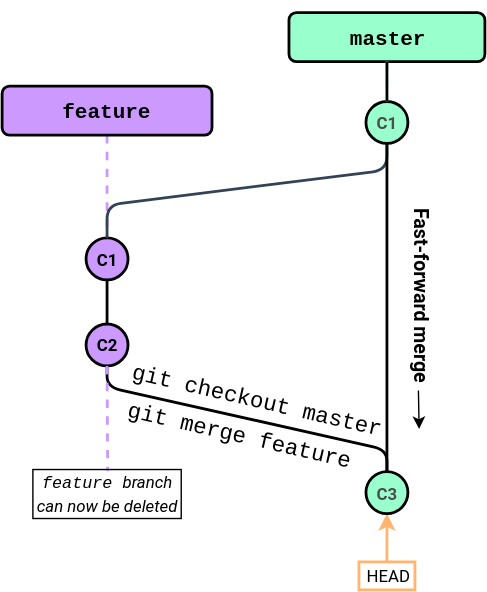
Above: Session 0 - Git/img/Branching_and_Merging/Merging_fastforward.svg in Python-Crash-Course/Python201 (draw.io), before the change. Source tidied: cells renumbered, new cells last; positions are measured from the earlier drawing's top-left corner, leaving out a move shared by most shapes. Its diagram source:
```xml
<mxGraphModel>
  <root>
    <mxCell id="0" />
    <mxCell id="1" parent="0" />
    <mxCell id="2" style="endArrow=none;dashed=1;html=1;strokeWidth=2;fillColor=#ffe6cc;strokeColor=#CC99FF;exitX=0.5;exitY=1;exitDx=0;exitDy=0;entryX=0.5;entryY=0;entryDx=0;entryDy=0;" parent="1" edge="1" source="3" target="5">
      <mxGeometry relative="1" as="geometry" />
    </mxCell>
    <mxCell id="3" value="&lt;h1 style=&quot;line-height: 70%&quot;&gt;&lt;b style=&quot;font-size: 15px&quot;&gt;&lt;font face=&quot;Courier New&quot; style=&quot;line-height: 100%&quot;&gt;feature&lt;/font&gt;&lt;/b&gt;&lt;/h1&gt;" style="text;html=1;spacing=5;spacingTop=-20;whiteSpace=wrap;overflow=hidden;rounded=1;align=center;labelBorderColor=none;labelBackgroundColor=none;fillColor=#cc99ff;strokeColor=#000000;fontFamily=Roboto;perimeterSpacing=0;strokeWidth=2;comic=0;glass=0;shadow=0;" parent="1" vertex="1">
      <mxGeometry y="53" width="150" height="35" as="geometry" />
    </mxCell>
    <mxCell id="4" value="&lt;font style=&quot;font-size: 12px&quot;&gt;C1&lt;/font&gt;" style="ellipse;whiteSpace=wrap;html=1;fillColor=#99FFCC;strokeColor=#000000;fontColor=#4D4D4D;fontStyle=1;fontSize=10;fontFamily=Roboto;FType=g;strokeWidth=2;" parent="1" vertex="1">
      <mxGeometry x="260" y="64" width="30" height="30" as="geometry" />
    </mxCell>
    <mxCell id="5" value="&lt;font style=&quot;font-size: 12px&quot;&gt;C1&lt;/font&gt;" style="ellipse;whiteSpace=wrap;html=1;fillColor=#CC99FF;strokeColor=#000000;fontFamily=Roboto;fontStyle=1;fontSize=10;strokeWidth=2;" parent="1" vertex="1">
      <mxGeometry x="60" y="161.5" width="30" height="30" as="geometry" />
    </mxCell>
    <mxCell id="6" style="endArrow=classic;html=1;strokeColor=#FFB570;fontFamily=Roboto;fontSize=8;fontColor=#000000;entryX=0.5;entryY=1;entryDx=0;entryDy=0;fillColor=#ffcc99;exitX=0.5;exitY=0;exitDx=0;exitDy=0;strokeWidth=2;" parent="1" edge="1" source="7" target="11">
      <mxGeometry relative="1" as="geometry" />
    </mxCell>
    <mxCell id="7" value="&lt;font style=&quot;font-size: 12px;&quot;&gt;HEAD&lt;br style=&quot;font-size: 12px;&quot;&gt;&lt;/font&gt;" style="text;html=1;strokeColor=#FFB570;fillColor=none;align=center;verticalAlign=middle;whiteSpace=wrap;rounded=0;rotation=0;fontSize=12;fontFamily=Roboto;strokeWidth=2;" parent="1" vertex="1">
      <mxGeometry x="255" y="393" width="40" height="20" as="geometry" />
    </mxCell>
    <mxCell id="8" style="endArrow=none;html=1;strokeColor=#000000;fontFamily=Roboto;fontSize=14;fontColor=#000000;exitX=0.5;exitY=1;exitDx=0;exitDy=0;entryX=0.5;entryY=0;entryDx=0;entryDy=0;strokeWidth=2;startArrow=none;startFill=0;endFill=0;" parent="1" edge="1" source="5" target="9">
      <mxGeometry relative="1" as="geometry" />
    </mxCell>
    <mxCell id="9" value="&lt;font style=&quot;font-size: 12px&quot;&gt;C2&lt;/font&gt;" style="ellipse;whiteSpace=wrap;html=1;fillColor=#CC99FF;strokeColor=#000000;fontFamily=Roboto;fontStyle=1;fontSize=10;strokeWidth=2;" parent="1" vertex="1">
      <mxGeometry x="60" y="223" width="30" height="30" as="geometry" />
    </mxCell>
    <mxCell id="10" value="&lt;h1 style=&quot;line-height: 70%&quot;&gt;&lt;b style=&quot;font-size: 15px&quot;&gt;&lt;font face=&quot;Courier New&quot; style=&quot;line-height: 100%&quot;&gt;master&lt;/font&gt;&lt;/b&gt;&lt;/h1&gt;" style="text;html=1;spacing=5;spacingTop=-20;whiteSpace=wrap;overflow=hidden;rounded=1;align=center;labelBorderColor=none;labelBackgroundColor=none;fillColor=#99FFCC;strokeColor=#000000;fontFamily=Roboto;perimeterSpacing=0;strokeWidth=2;comic=0;glass=0;shadow=0;" parent="1" vertex="1">
      <mxGeometry x="205" y="0.5" width="140" height="35" as="geometry" />
    </mxCell>
    <mxCell id="11" value="&lt;font style=&quot;font-size: 12px&quot;&gt;C3&lt;/font&gt;" style="ellipse;whiteSpace=wrap;html=1;fillColor=#99FFCC;strokeColor=#000000;fontColor=#4D4D4D;fontStyle=1;fontSize=10;fontFamily=Roboto;FType=g;strokeWidth=2;" parent="1" vertex="1">
      <mxGeometry x="260" y="328.5" width="30" height="30" as="geometry" />
    </mxCell>
    <mxCell id="12" style="endArrow=none;html=1;strokeWidth=2;fontColor=#6FD08C;entryX=0.5;entryY=1;entryDx=0;entryDy=0;fillColor=#647687;strokeColor=#000000;jumpStyle=arc;targetPerimeterSpacing=3;endSize=3;startArrow=none;startFill=0;exitX=0.5;exitY=0;exitDx=0;exitDy=0;" parent="1" edge="1" source="11" target="9">
      <mxGeometry relative="1" as="geometry">
        <Array as="points">
          <mxPoint x="275" y="313" />
          <mxPoint x="75" y="268" />
        </Array>
      </mxGeometry>
    </mxCell>
    <mxCell id="13" value="&lt;font face=&quot;Courier New&quot;&gt;&lt;font style=&quot;font-size: 16px&quot;&gt;git checkout master&lt;/font&gt;&lt;br style=&quot;font-size: 14px&quot;&gt;&lt;/font&gt;" style="text;html=1;strokeColor=none;fillColor=none;align=center;verticalAlign=middle;whiteSpace=wrap;rounded=0;rotation=13;fontSize=14;" parent="1" vertex="1">
      <mxGeometry x="90" y="263" width="185" height="30" as="geometry" />
    </mxCell>
    <mxCell id="14" value="&lt;font face=&quot;Courier New&quot;&gt;&lt;font style=&quot;font-size: 16px&quot;&gt;git merge feature&lt;/font&gt;&lt;br style=&quot;font-size: 14px&quot;&gt;&lt;/font&gt;" style="text;html=1;strokeColor=none;fillColor=none;align=center;verticalAlign=middle;whiteSpace=wrap;rounded=0;rotation=13;fontSize=14;" parent="1" vertex="1">
      <mxGeometry x="85" y="288" width="170" height="30" as="geometry" />
    </mxCell>
    <mxCell id="15" style="endArrow=none;dashed=1;html=1;strokeWidth=2;fillColor=#d5e8d4;strokeColor=#99FFCC;entryX=0.5;entryY=0;entryDx=0;entryDy=0;exitX=0.5;exitY=1;exitDx=0;exitDy=0;" parent="1" edge="1" source="10" target="4">
      <mxGeometry relative="1" as="geometry" />
    </mxCell>
    <mxCell id="16" style="endArrow=none;html=1;strokeColor=#000000;fontFamily=Roboto;fontSize=8;fontColor=#000000;exitX=0.5;exitY=1;exitDx=0;exitDy=0;entryX=0.5;entryY=0;entryDx=0;entryDy=0;strokeWidth=2;endFill=0;" parent="1" edge="1" source="10" target="4">
      <mxGeometry relative="1" as="geometry" />
    </mxCell>
    <mxCell id="17" style="endArrow=none;html=1;strokeWidth=2;fontColor=#6FD08C;fillColor=#647687;strokeColor=#314354;jumpStyle=arc;targetPerimeterSpacing=0;endSize=0;startArrow=none;startFill=0;exitX=0.5;exitY=0;exitDx=0;exitDy=0;" parent="1" edge="1" source="5">
      <mxGeometry relative="1" as="geometry">
        <mxPoint x="275" y="93" as="targetPoint" />
        <Array as="points">
          <mxPoint x="75" y="138" />
          <mxPoint x="275" y="113" />
        </Array>
      </mxGeometry>
    </mxCell>
    <mxCell id="18" style="endArrow=none;html=1;strokeWidth=2;entryX=0.5;entryY=0;entryDx=0;entryDy=0;endFill=0;" parent="1" edge="1" target="11">
      <mxGeometry relative="1" as="geometry">
        <mxPoint x="275" y="93" as="sourcePoint" />
      </mxGeometry>
    </mxCell>
    <mxCell id="19" value="Fast-forward merge" style="text;html=1;strokeColor=none;fillColor=none;align=center;verticalAlign=middle;whiteSpace=wrap;rounded=0;fontFamily=Roboto;rotation=90;fontStyle=1;fontSize=14;" parent="1" vertex="1">
      <mxGeometry x="232.5" y="198" width="135" height="10" as="geometry" />
    </mxCell>
    <mxCell id="20" style="endArrow=classic;html=1;fontSize=14;exitX=1;exitY=0.75;exitDx=0;exitDy=0;" parent="1" edge="1" source="19">
      <mxGeometry relative="1" as="geometry">
        <mxPoint x="298" y="298" as="targetPoint" />
      </mxGeometry>
    </mxCell>
    <mxCell id="21" style="endArrow=none;dashed=1;html=1;strokeWidth=2;fillColor=#ffe6cc;strokeColor=#CC99FF;exitX=0.5;exitY=1;exitDx=0;exitDy=0;" parent="1" edge="1" source="9" target="22">
      <mxGeometry relative="1" as="geometry" />
    </mxCell>
    <mxCell id="22" value="&lt;font color=&quot;#000000&quot; style=&quot;font-size: 12px&quot;&gt;&lt;font style=&quot;font-size: 12px&quot; face=&quot;Courier New&quot;&gt;feature &lt;/font&gt;branch can now be deleted&lt;/font&gt;" style="text;html=1;strokeColor=none;fillColor=none;align=center;verticalAlign=middle;whiteSpace=wrap;rounded=0;fontFamily=Roboto;rotation=0;fontStyle=2;fontSize=14;fontColor=#FF3333;labelBorderColor=#000000;" parent="1" vertex="1">
      <mxGeometry x="21" y="328" width="109" height="30" as="geometry" />
    </mxCell>
  </root>
</mxGraphModel>
```
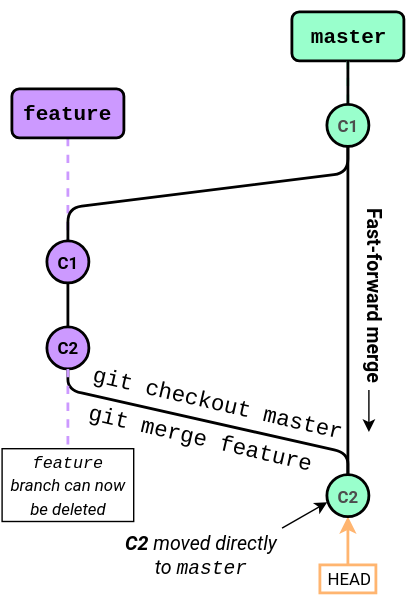
After the change.

Diff of the diagram source:
```diff
@@ -6,7 +6,7 @@
       <mxGeometry relative="1" as="geometry" />
     </mxCell>
     <mxCell id="3" value="&lt;h1 style=&quot;line-height: 70%&quot;&gt;&lt;b style=&quot;font-size: 15px&quot;&gt;&lt;font face=&quot;Courier New&quot; style=&quot;line-height: 100%&quot;&gt;feature&lt;/font&gt;&lt;/b&gt;&lt;/h1&gt;" style="text;html=1;spacing=5;spacingTop=-20;whiteSpace=wrap;overflow=hidden;rounded=1;align=center;labelBorderColor=none;labelBackgroundColor=none;fillColor=#cc99ff;strokeColor=#000000;fontFamily=Roboto;perimeterSpacing=0;strokeWidth=2;comic=0;glass=0;shadow=0;" parent="1" vertex="1">
-      <mxGeometry y="53" width="150" height="35" as="geometry" />
+      <mxGeometry x="35" y="53" width="80" height="35" as="geometry" />
     </mxCell>
     <mxCell id="4" value="&lt;font style=&quot;font-size: 12px&quot;&gt;C1&lt;/font&gt;" style="ellipse;whiteSpace=wrap;html=1;fillColor=#99FFCC;strokeColor=#000000;fontColor=#4D4D4D;fontStyle=1;fontSize=10;fontFamily=Roboto;FType=g;strokeWidth=2;" parent="1" vertex="1">
       <mxGeometry x="260" y="64" width="30" height="30" as="geometry" />
@@ -27,9 +27,9 @@
       <mxGeometry x="60" y="223" width="30" height="30" as="geometry" />
     </mxCell>
     <mxCell id="10" value="&lt;h1 style=&quot;line-height: 70%&quot;&gt;&lt;b style=&quot;font-size: 15px&quot;&gt;&lt;font face=&quot;Courier New&quot; style=&quot;line-height: 100%&quot;&gt;master&lt;/font&gt;&lt;/b&gt;&lt;/h1&gt;" style="text;html=1;spacing=5;spacingTop=-20;whiteSpace=wrap;overflow=hidden;rounded=1;align=center;labelBorderColor=none;labelBackgroundColor=none;fillColor=#99FFCC;strokeColor=#000000;fontFamily=Roboto;perimeterSpacing=0;strokeWidth=2;comic=0;glass=0;shadow=0;" parent="1" vertex="1">
-      <mxGeometry x="205" y="0.5" width="140" height="35" as="geometry" />
+      <mxGeometry x="235" y="-2" width="80" height="35" as="geometry" />
     </mxCell>
-    <mxCell id="11" value="&lt;font style=&quot;font-size: 12px&quot;&gt;C3&lt;/font&gt;" style="ellipse;whiteSpace=wrap;html=1;fillColor=#99FFCC;strokeColor=#000000;fontColor=#4D4D4D;fontStyle=1;fontSize=10;fontFamily=Roboto;FType=g;strokeWidth=2;" parent="1" vertex="1">
+    <mxCell id="11" value="&lt;font style=&quot;font-size: 12px&quot;&gt;C2&lt;/font&gt;" style="ellipse;whiteSpace=wrap;html=1;fillColor=#99FFCC;strokeColor=#000000;fontColor=#4D4D4D;fontStyle=1;fontSize=10;fontFamily=Roboto;FType=g;strokeWidth=2;" parent="1" vertex="1">
       <mxGeometry x="260" y="328.5" width="30" height="30" as="geometry" />
     </mxCell>
     <mxCell id="12" style="endArrow=none;html=1;strokeWidth=2;fontColor=#6FD08C;entryX=0.5;entryY=1;entryDx=0;entryDy=0;fillColor=#647687;strokeColor=#000000;jumpStyle=arc;targetPerimeterSpacing=3;endSize=3;startArrow=none;startFill=0;exitX=0.5;exitY=0;exitDx=0;exitDy=0;" parent="1" edge="1" source="11" target="9">
@@ -52,7 +52,7 @@
     <mxCell id="16" style="endArrow=none;html=1;strokeColor=#000000;fontFamily=Roboto;fontSize=8;fontColor=#000000;exitX=0.5;exitY=1;exitDx=0;exitDy=0;entryX=0.5;entryY=0;entryDx=0;entryDy=0;strokeWidth=2;endFill=0;" parent="1" edge="1" source="10" target="4">
       <mxGeometry relative="1" as="geometry" />
     </mxCell>
-    <mxCell id="17" style="endArrow=none;html=1;strokeWidth=2;fontColor=#6FD08C;fillColor=#647687;strokeColor=#314354;jumpStyle=arc;targetPerimeterSpacing=0;endSize=0;startArrow=none;startFill=0;exitX=0.5;exitY=0;exitDx=0;exitDy=0;" parent="1" edge="1" source="5">
+    <mxCell id="17" style="endArrow=none;html=1;strokeWidth=2;fontColor=#6FD08C;fillColor=#647687;strokeColor=#000000;jumpStyle=arc;targetPerimeterSpacing=0;endSize=0;startArrow=none;startFill=0;exitX=0.5;exitY=0;exitDx=0;exitDy=0;" parent="1" edge="1" source="5">
       <mxGeometry relative="1" as="geometry">
         <mxPoint x="275" y="93" as="targetPoint" />
         <Array as="points">
@@ -67,18 +67,25 @@
       </mxGeometry>
     </mxCell>
     <mxCell id="19" value="Fast-forward merge" style="text;html=1;strokeColor=none;fillColor=none;align=center;verticalAlign=middle;whiteSpace=wrap;rounded=0;fontFamily=Roboto;rotation=90;fontStyle=1;fontSize=14;" parent="1" vertex="1">
-      <mxGeometry x="232.5" y="198" width="135" height="10" as="geometry" />
+      <mxGeometry x="209" y="195" width="172" height="10" as="geometry" />
     </mxCell>
-    <mxCell id="20" style="endArrow=classic;html=1;fontSize=14;exitX=1;exitY=0.75;exitDx=0;exitDy=0;" parent="1" edge="1" source="19">
+    <mxCell id="20" style="endArrow=classic;html=1;fontSize=14;" parent="1" edge="1">
       <mxGeometry relative="1" as="geometry">
-        <mxPoint x="298" y="298" as="targetPoint" />
+        <mxPoint x="290" y="268" as="sourcePoint" />
+        <mxPoint x="290" y="298" as="targetPoint" />
       </mxGeometry>
     </mxCell>
     <mxCell id="21" style="endArrow=none;dashed=1;html=1;strokeWidth=2;fillColor=#ffe6cc;strokeColor=#CC99FF;exitX=0.5;exitY=1;exitDx=0;exitDy=0;" parent="1" edge="1" source="9" target="22">
       <mxGeometry relative="1" as="geometry" />
     </mxCell>
     <mxCell id="22" value="&lt;font color=&quot;#000000&quot; style=&quot;font-size: 12px&quot;&gt;&lt;font style=&quot;font-size: 12px&quot; face=&quot;Courier New&quot;&gt;feature &lt;/font&gt;branch can now be deleted&lt;/font&gt;" style="text;html=1;strokeColor=none;fillColor=none;align=center;verticalAlign=middle;whiteSpace=wrap;rounded=0;fontFamily=Roboto;rotation=0;fontStyle=2;fontSize=14;fontColor=#FF3333;labelBorderColor=#000000;" parent="1" vertex="1">
-      <mxGeometry x="21" y="328" width="109" height="30" as="geometry" />
+      <mxGeometry x="26.5" y="308.5" width="97" height="50" as="geometry" />
     </mxCell>
+    <mxCell id="23" value="&lt;font color=&quot;#000000&quot; style=&quot;font-size: 14px;&quot;&gt;&lt;b style=&quot;font-size: 14px;&quot;&gt;C2 &lt;/b&gt;moved directly to &lt;font face=&quot;Courier New&quot; style=&quot;font-size: 14px;&quot;&gt;master&lt;/font&gt;&lt;/font&gt;&lt;font color=&quot;#000000&quot; style=&quot;font-size: 14px;&quot;&gt;&lt;br style=&quot;font-size: 14px;&quot;&gt;&amp;nbsp;&lt;/font&gt;" style="text;html=1;strokeColor=none;fillColor=none;align=center;verticalAlign=middle;whiteSpace=wrap;rounded=0;fontFamily=Roboto;rotation=0;fontStyle=2;fontSize=14;fontColor=#FF3333;labelBorderColor=none;" parent="1" vertex="1">
+      <mxGeometry x="112.5" y="368" width="115" height="50" as="geometry" />
+    </mxCell>
+    <mxCell id="24" style="endArrow=classic;html=1;entryX=0.01;entryY=0.657;entryDx=0;entryDy=0;entryPerimeter=0;exitX=1.004;exitY=-0.025;exitDx=0;exitDy=0;exitPerimeter=0;" parent="1" edge="1" source="23" target="11">
+      <mxGeometry relative="1" as="geometry" />
+    </mxCell>
   </root>
 </mxGraphModel>
```
